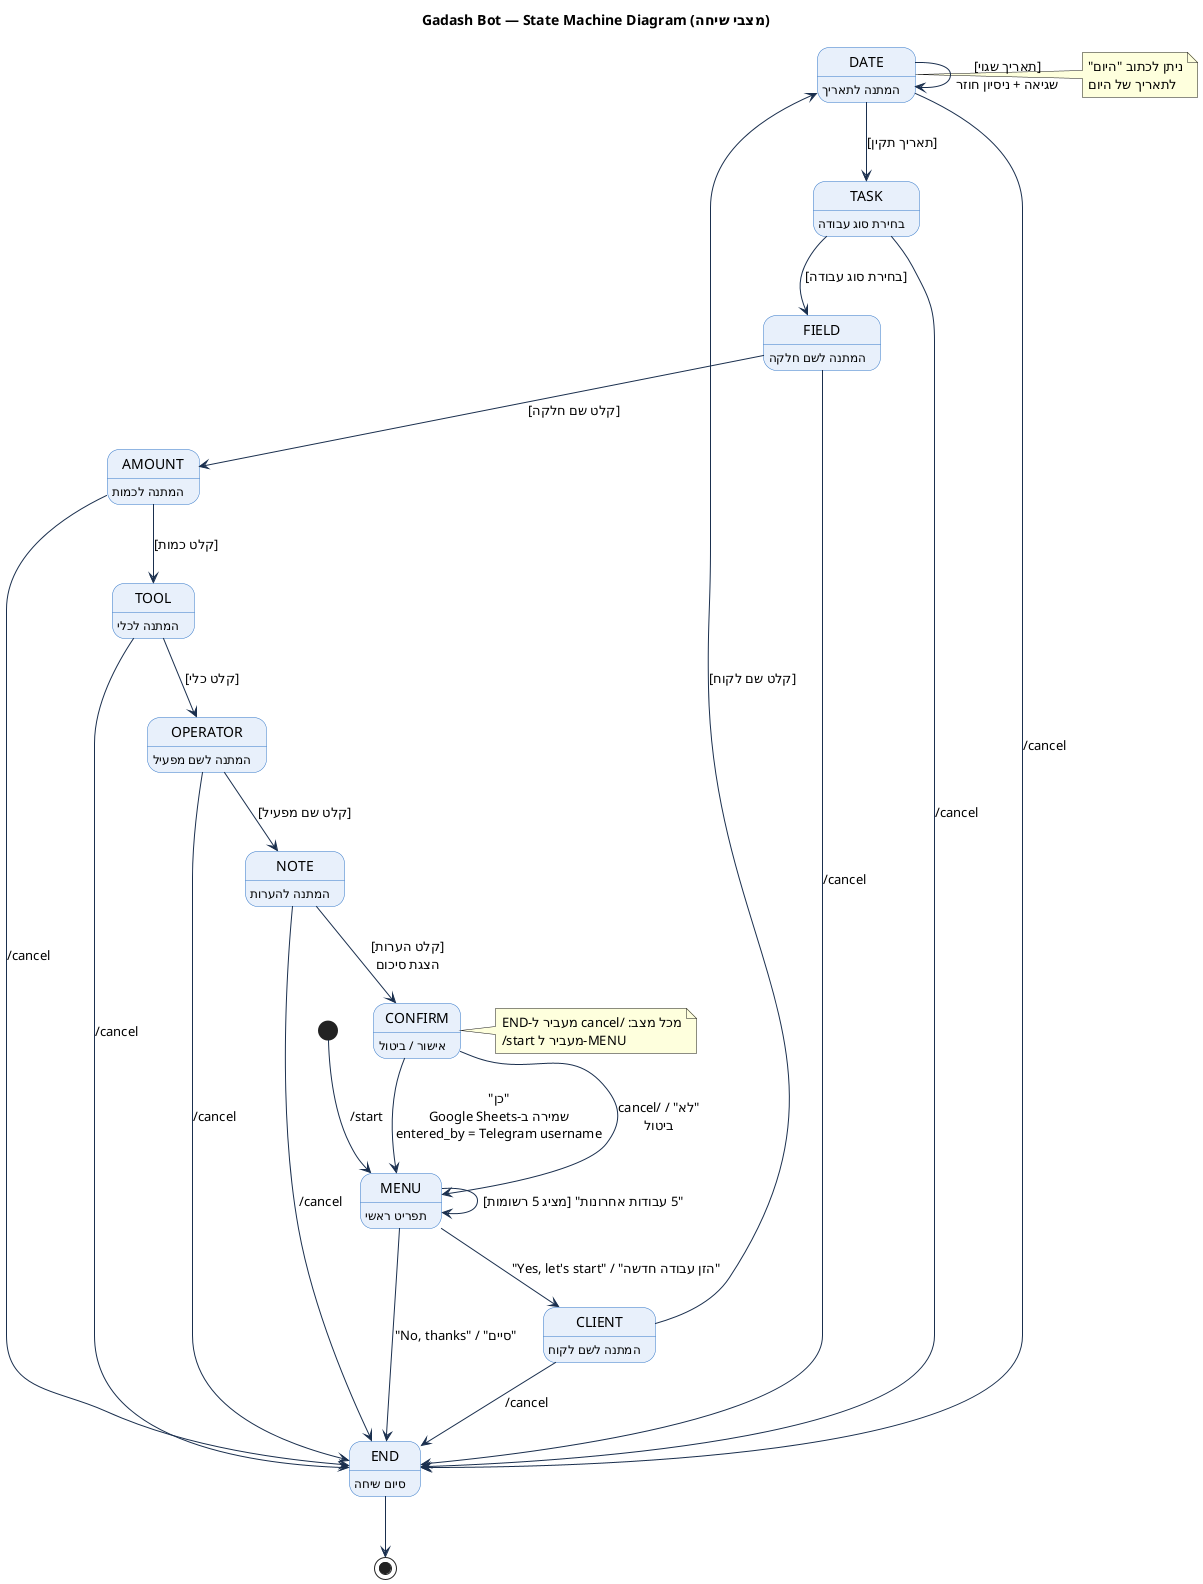
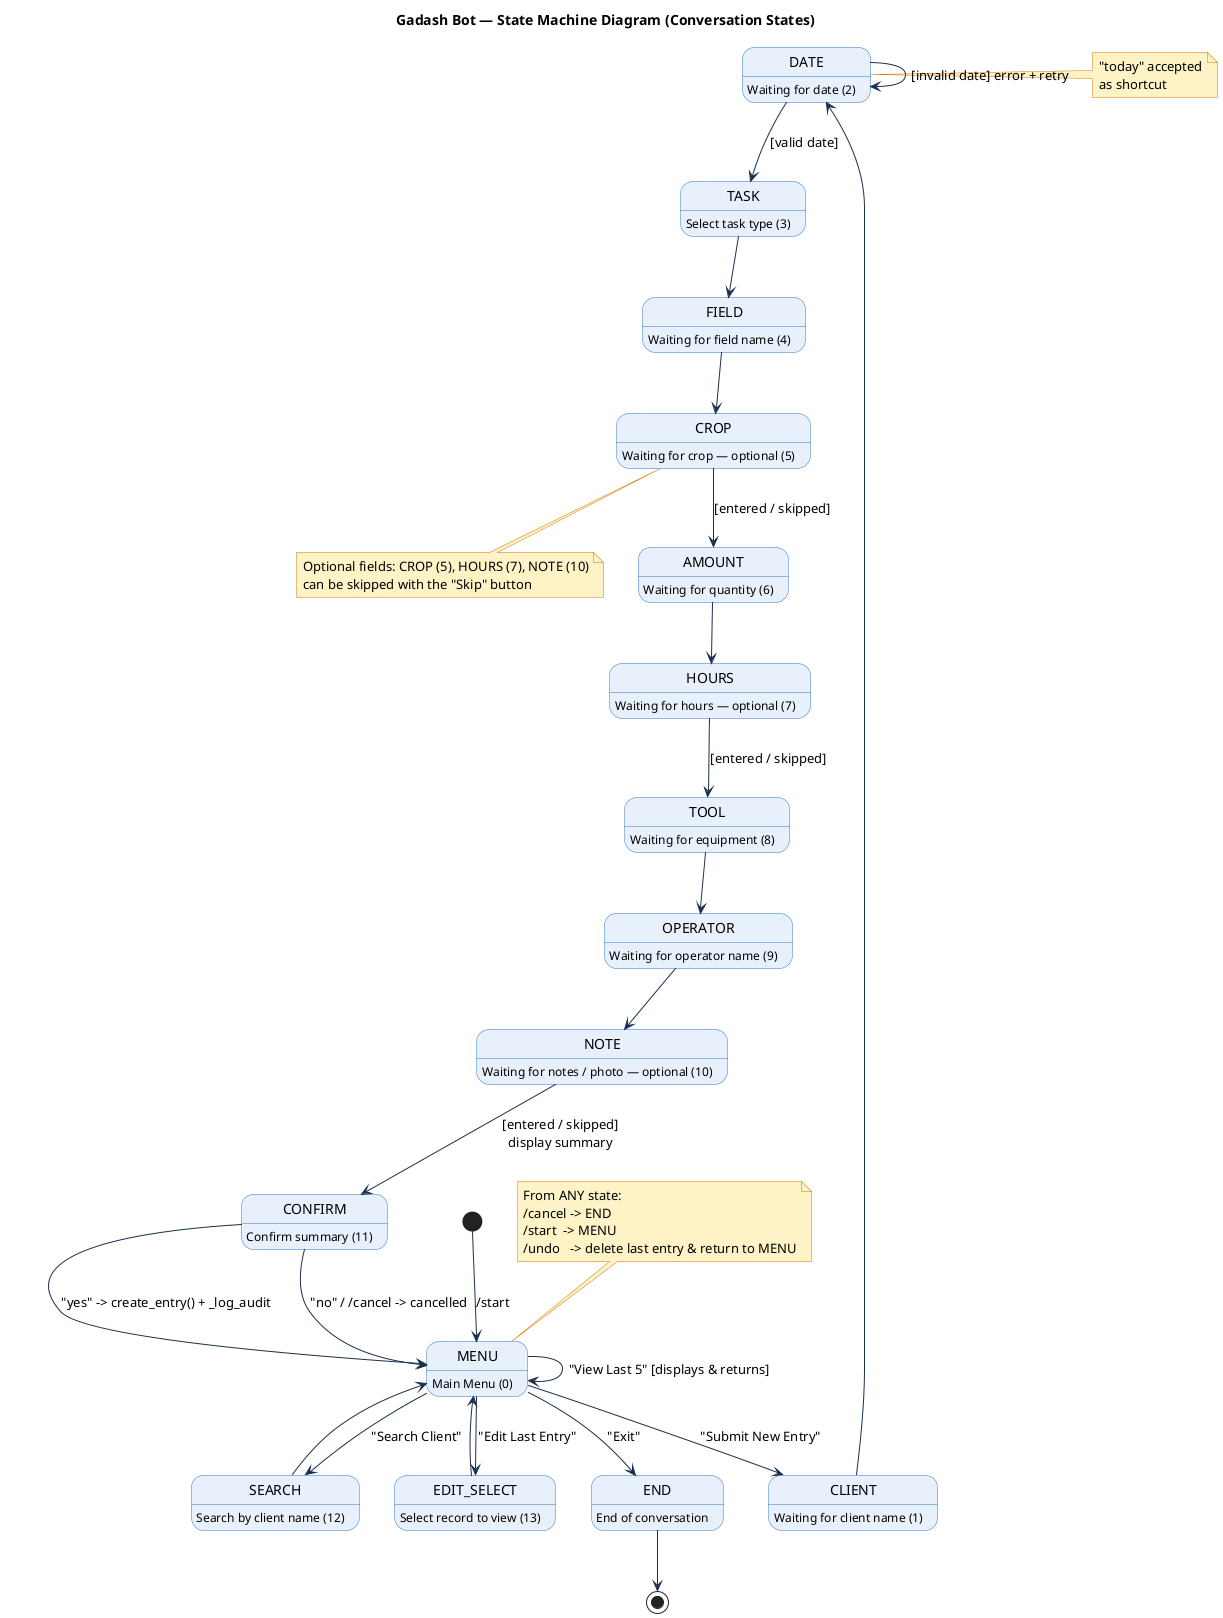
@startuml
- title Gadash Bot — State Machine Diagram (מצבי שיחה)
+ title Gadash Bot — State Machine Diagram (Conversation States)

+ skinparam backgroundColor #ffffff
skinparam state {
  BackgroundColor #e8f0fb
  BorderColor #3578c8
  ArrowColor #1a2f4e
  StartColor #1a2f4e
  EndColor #1a2f4e
+   FontColor #000000
+ }
+ skinparam note {
+   BackgroundColor #fef3c7
+   BorderColor #d97706
+   FontColor #000000
}

[*] --> MENU : /start

- state MENU : תפריט ראשי
- state CLIENT : המתנה לשם לקוח
- state DATE : המתנה לתאריך
- state TASK : בחירת סוג עבודה
- state FIELD : המתנה לשם חלקה
- state AMOUNT : המתנה לכמות
- state TOOL : המתנה לכלי
- state OPERATOR : המתנה לשם מפעיל
- state NOTE : המתנה להערות
- state CONFIRM : אישור / ביטול
- state END : סיום שיחה
+ state MENU        : Main Menu (0)
+ state CLIENT      : Waiting for client name (1)
+ state DATE        : Waiting for date (2)
+ state TASK        : Select task type (3)
+ state FIELD       : Waiting for field name (4)
+ state CROP        : Waiting for crop — optional (5)
+ state AMOUNT      : Waiting for quantity (6)
+ state HOURS       : Waiting for hours — optional (7)
+ state TOOL        : Waiting for equipment (8)
+ state OPERATOR    : Waiting for operator name (9)
+ state NOTE        : Waiting for notes / photo — optional (10)
+ state CONFIRM     : Confirm summary (11)
+ state SEARCH      : Search by client name (12)
+ state EDIT_SELECT : Select record to view (13)
+ state END         : End of conversation

- MENU --> CLIENT : "הזן עבודה חדשה" / "Yes, let's start"
- MENU --> MENU : "5 עבודות אחרונות" [מציג 5 רשומות]
- MENU --> END : "סיים" / "No, thanks"
+ MENU --> CLIENT      : "Submit New Entry"
+ MENU --> MENU        : "View Last 5" [displays & returns]
+ MENU --> SEARCH      : "Search Client"
+ MENU --> EDIT_SELECT : "Edit Last Entry"
+ MENU --> END         : "Exit"

- CLIENT --> DATE : [קלט שם לקוח]
- DATE --> TASK : [תאריך תקין]
- DATE --> DATE : [תאריך שגוי]\nשגיאה + ניסיון חוזר
- TASK --> FIELD : [בחירת סוג עבודה]
- FIELD --> AMOUNT : [קלט שם חלקה]
- AMOUNT --> TOOL : [קלט כמות]
- TOOL --> OPERATOR : [קלט כלי]
- OPERATOR --> NOTE : [קלט שם מפעיל]
- NOTE --> CONFIRM : [קלט הערות]\nהצגת סיכום
+ CLIENT   --> DATE
+ DATE     --> TASK     : [valid date]
+ DATE     --> DATE     : [invalid date] error + retry
+ TASK     --> FIELD
+ FIELD    --> CROP
+ CROP     --> AMOUNT   : [entered / skipped]
+ AMOUNT   --> HOURS
+ HOURS    --> TOOL     : [entered / skipped]
+ TOOL     --> OPERATOR
+ OPERATOR --> NOTE
+ NOTE     --> CONFIRM  : [entered / skipped]\ndisplay summary

- CONFIRM --> MENU : "כן"\nשמירה ב-Google Sheets\nentered_by = Telegram username
- CONFIRM --> MENU : "לא" / /cancel\nביטול
+ CONFIRM --> MENU : "yes" -> create_entry() + _log_audit
+ CONFIRM --> MENU : "no" / /cancel -> cancelled

- CLIENT --> END : /cancel
- DATE --> END : /cancel
- TASK --> END : /cancel
- FIELD --> END : /cancel
- AMOUNT --> END : /cancel
- TOOL --> END : /cancel
- OPERATOR --> END : /cancel
- NOTE --> END : /cancel
+ SEARCH      --> MENU
+ EDIT_SELECT --> MENU

END --> [*]

- note right of DATE
-   ניתן לכתוב "היום"
-   לתאריך של היום
+ note top of MENU
+   From ANY state:
+   /cancel -> END
+   /start  -> MENU
+   /undo   -> delete last entry & return to MENU
end note

- note right of CONFIRM
-   מכל מצב: /cancel מעביר ל-END
-   /start מעביר ל-MENU
+ note right of DATE
+   "today" accepted
+   as shortcut
+ end note
+ 
+ note bottom of CROP
+   Optional fields: CROP (5), HOURS (7), NOTE (10)
+   can be skipped with the "Skip" button
end note

@enduml
